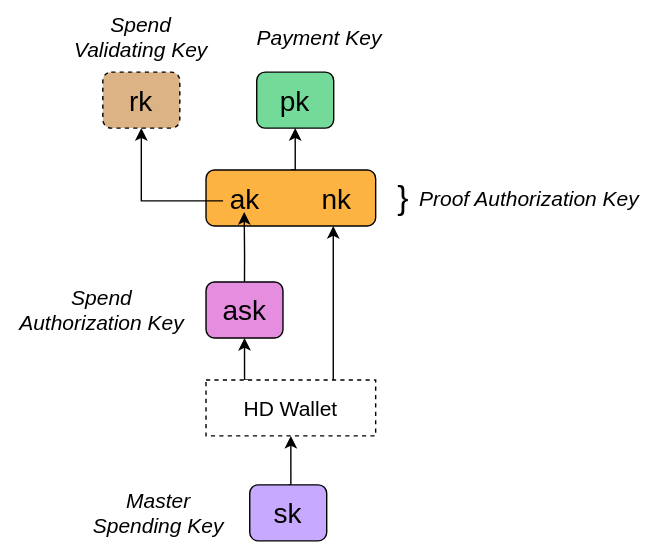
Above: book/src/assets/tachyon_keys.svg in alxiong/tachyon (draw.io), before the change. Source tidied: cells renumbered, new cells last; positions are measured from the earlier drawing's top-left corner, leaving out a move shared by most shapes.
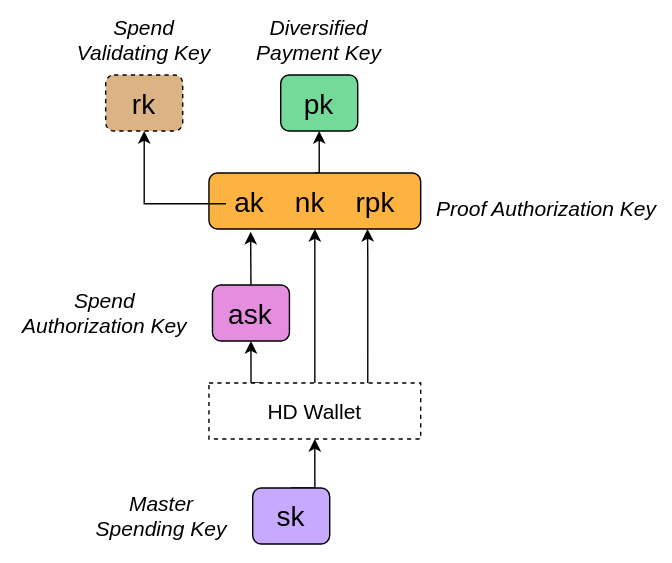
After the commit.

Change to the diagram source:
```diff
@@ -3,60 +3,66 @@
     <mxCell id="0" />
     <mxCell id="1" parent="0" />
     <mxCell id="2" value="&lt;pre&gt;&lt;font face=&quot;Helvetica&quot; style=&quot;font-size: 20px;&quot;&gt;pk&lt;/font&gt;&lt;/pre&gt;" style="rounded=1;whiteSpace=wrap;html=1;fillColor=light-dark(#74DA9A,#6F4881);fontColor=light-dark(#000000,#000000);strokeColor=light-dark(#000000,#000000);" parent="1" vertex="1">
-      <mxGeometry x="175" y="40" width="55" height="40" as="geometry" />
+      <mxGeometry x="190" y="40" width="55" height="40" as="geometry" />
     </mxCell>
-    <mxCell id="3" value="&lt;font style=&quot;font-size: 15px;&quot; face=&quot;Helvetica&quot;&gt;&lt;i style=&quot;&quot;&gt;Payment Key&lt;/i&gt;&lt;/font&gt;" style="text;html=1;whiteSpace=wrap;strokeColor=none;fillColor=none;align=center;verticalAlign=middle;rounded=0;fontColor=light-dark(#000000,#000000);" parent="1" vertex="1">
-      <mxGeometry x="170" width="100" height="30" as="geometry" />
+    <mxCell id="3" value="&lt;font style=&quot;font-size: 15px;&quot; face=&quot;Helvetica&quot;&gt;&lt;i style=&quot;&quot;&gt;Diversified Payment Key&lt;/i&gt;&lt;/font&gt;" style="text;html=1;whiteSpace=wrap;strokeColor=none;fillColor=none;align=center;verticalAlign=middle;rounded=0;fontColor=light-dark(#000000,#000000);" parent="1" vertex="1">
+      <mxGeometry x="153.1" width="128.8" height="30" as="geometry" />
     </mxCell>
     <mxCell id="4" style="edgeStyle=orthogonalEdgeStyle;rounded=0;jettySize=auto;html=1;exitX=0.5;exitY=0;exitDx=0;exitDy=0;entryX=0.5;entryY=1;entryDx=0;entryDy=0;fontColor=light-dark(#000000,#000000);strokeColor=light-dark(#000000,#000000);" parent="1" edge="1" source="5" target="2">
       <mxGeometry relative="1" as="geometry" />
     </mxCell>
-    <mxCell id="5" value="&lt;pre&gt;&lt;font face=&quot;Helvetica&quot; style=&quot;font-size: 20px;&quot;&gt;ak        nk&lt;/font&gt;&lt;/pre&gt;" style="rounded=1;whiteSpace=wrap;html=1;fillColor=light-dark(#FDB341,#244ABD);fontColor=light-dark(#000000,#000000);strokeColor=light-dark(#000000,#000000);shadow=0;" parent="1" vertex="1">
-      <mxGeometry x="138.8" y="110" width="121.2" height="40" as="geometry" />
+    <mxCell id="5" value="&lt;pre&gt;&lt;font face=&quot;Helvetica&quot; style=&quot;font-size: 20px;&quot;&gt;ak    nk    rpk&lt;/font&gt;&lt;/pre&gt;" style="rounded=1;whiteSpace=wrap;html=1;fillColor=light-dark(#FDB341,#244ABD);fontColor=light-dark(#000000,#000000);strokeColor=light-dark(#000000,#000000);shadow=0;" parent="1" vertex="1">
+      <mxGeometry x="138.8" y="110" width="151.2" height="40" as="geometry" />
     </mxCell>
     <mxCell id="6" value="&lt;font style=&quot;font-size: 15px;&quot; face=&quot;Helvetica&quot;&gt;&lt;i style=&quot;&quot;&gt;Proof Authorization Key&lt;/i&gt;&lt;/font&gt;" style="text;html=1;whiteSpace=wrap;strokeColor=none;fillColor=none;align=center;verticalAlign=middle;rounded=0;fontColor=light-dark(#000000,#000000);" parent="1" vertex="1">
-      <mxGeometry x="290" y="115" width="160" height="30" as="geometry" />
+      <mxGeometry x="299.8" y="120" width="160" height="30" as="geometry" />
     </mxCell>
     <mxCell id="7" value="&lt;pre&gt;&lt;font face=&quot;Helvetica&quot; style=&quot;font-size: 20px;&quot;&gt;ask&lt;/font&gt;&lt;/pre&gt;" style="rounded=1;whiteSpace=wrap;html=1;fillColor=light-dark(#E58DDF,#4A8365);fontColor=light-dark(#000000,#000000);strokeColor=light-dark(#000000,#000000);" parent="1" vertex="1">
-      <mxGeometry x="138.8" y="190" width="55" height="40" as="geometry" />
+      <mxGeometry x="141.2" y="190" width="55" height="40" as="geometry" />
     </mxCell>
     <mxCell id="8" value="&lt;font style=&quot;font-size: 15px;&quot; face=&quot;Helvetica&quot;&gt;&lt;i style=&quot;&quot;&gt;Spend &lt;br&gt;Authorization Key&lt;/i&gt;&lt;/font&gt;" style="text;html=1;whiteSpace=wrap;strokeColor=none;fillColor=none;align=center;verticalAlign=middle;rounded=0;fontColor=light-dark(#000000,#000000);" parent="1" vertex="1">
       <mxGeometry y="195" width="128.8" height="30" as="geometry" />
     </mxCell>
-    <mxCell id="9" value="&lt;font style=&quot;font-size: 24px;&quot;&gt;}&lt;/font&gt;" style="text;html=1;whiteSpace=wrap;strokeColor=none;fillColor=none;align=center;verticalAlign=middle;rounded=0;fontColor=light-dark(#000000,#000000);" parent="1" vertex="1">
-      <mxGeometry x="270" y="110" width="20" height="40" as="geometry" />
+    <mxCell id="9" style="edgeStyle=orthogonalEdgeStyle;rounded=0;jettySize=auto;html=1;exitX=0.5;exitY=0;exitDx=0;exitDy=0;entryX=0.5;entryY=1;entryDx=0;entryDy=0;fontColor=light-dark(#000000,#000000);strokeColor=light-dark(#000000,#000000);" parent="1" edge="1" source="10" target="14">
+      <mxGeometry relative="1" as="geometry" />
     </mxCell>
-    <mxCell id="10" style="edgeStyle=orthogonalEdgeStyle;rounded=0;jettySize=auto;html=1;exitX=0.5;exitY=0;exitDx=0;exitDy=0;entryX=0.5;entryY=1;entryDx=0;entryDy=0;fontColor=light-dark(#000000,#000000);strokeColor=light-dark(#000000,#000000);" parent="1" edge="1" source="11" target="15">
-      <mxGeometry relative="1" as="geometry" />
+    <mxCell id="10" value="&lt;pre&gt;&lt;font face=&quot;Helvetica&quot; style=&quot;font-size: 20px;&quot;&gt;sk&lt;/font&gt;&lt;/pre&gt;" style="rounded=1;whiteSpace=wrap;html=1;fillColor=light-dark(#C7AAFF,#2A3E35);fontColor=light-dark(#000000,#000000);strokeColor=light-dark(#000000,#000000);" parent="1" vertex="1">
+      <mxGeometry x="170" y="335" width="55" height="40" as="geometry" />
     </mxCell>
-    <mxCell id="11" value="&lt;pre&gt;&lt;font face=&quot;Helvetica&quot; style=&quot;font-size: 20px;&quot;&gt;sk&lt;/font&gt;&lt;/pre&gt;" style="rounded=1;whiteSpace=wrap;html=1;fillColor=light-dark(#C7AAFF,#2A3E35);fontColor=light-dark(#000000,#000000);strokeColor=light-dark(#000000,#000000);" parent="1" vertex="1">
-      <mxGeometry x="170" y="335" width="55" height="40" as="geometry" />
+    <mxCell id="11" value="&lt;font style=&quot;font-size: 15px;&quot; face=&quot;Helvetica&quot;&gt;&lt;i style=&quot;&quot;&gt;Master&lt;br&gt;Spending Key&lt;/i&gt;&lt;/font&gt;" style="text;html=1;whiteSpace=wrap;strokeColor=none;fillColor=none;align=center;verticalAlign=middle;rounded=0;fontColor=light-dark(#000000,#000000);" parent="1" vertex="1">
+      <mxGeometry x="50" y="340" width="109.8" height="30" as="geometry" />
     </mxCell>
-    <mxCell id="12" value="&lt;font style=&quot;font-size: 15px;&quot; face=&quot;Helvetica&quot;&gt;&lt;i style=&quot;&quot;&gt;Master&lt;br&gt;Spending Key&lt;/i&gt;&lt;/font&gt;" style="text;html=1;whiteSpace=wrap;strokeColor=none;fillColor=none;align=center;verticalAlign=middle;rounded=0;fontColor=light-dark(#000000,#000000);" parent="1" vertex="1">
-      <mxGeometry x="50" y="340" width="109.8" height="30" as="geometry" />
+    <mxCell id="12" style="edgeStyle=orthogonalEdgeStyle;rounded=0;jettySize=auto;html=1;exitX=0.25;exitY=0;exitDx=0;exitDy=0;entryX=0.5;entryY=1;entryDx=0;entryDy=0;fontColor=light-dark(#000000,#000000);strokeColor=light-dark(#000000,#000000);" parent="1" edge="1" source="14" target="7">
+      <mxGeometry relative="1" as="geometry" />
     </mxCell>
-    <mxCell id="13" style="edgeStyle=orthogonalEdgeStyle;rounded=0;jettySize=auto;html=1;exitX=0.25;exitY=0;exitDx=0;exitDy=0;entryX=0.5;entryY=1;entryDx=0;entryDy=0;fontColor=light-dark(#000000,#000000);strokeColor=light-dark(#000000,#000000);" parent="1" edge="1" source="15" target="7">
+    <mxCell id="13" style="edgeStyle=orthogonalEdgeStyle;rounded=0;jettySize=auto;html=1;exitX=0.5;exitY=0;exitDx=0;exitDy=0;fontColor=light-dark(#000000,#000000);strokeColor=light-dark(#000000,#000000);entryX=0.5;entryY=1;entryDx=0;entryDy=0;" parent="1" edge="1" source="14" target="5">
       <mxGeometry relative="1" as="geometry" />
     </mxCell>
-    <mxCell id="14" style="edgeStyle=orthogonalEdgeStyle;rounded=0;jettySize=auto;html=1;exitX=0.75;exitY=0;exitDx=0;exitDy=0;entryX=0.75;entryY=1;entryDx=0;entryDy=0;fontColor=light-dark(#000000,#000000);strokeColor=light-dark(#000000,#000000);" parent="1" edge="1" source="15" target="5">
-      <mxGeometry relative="1" as="geometry" />
+    <mxCell id="14" value="&lt;font style=&quot;font-size: 15px;&quot;&gt;HD Wallet&lt;/font&gt;" style="rounded=0;whiteSpace=wrap;html=1;dashed=1;fontColor=light-dark(#000000,#000000);strokeColor=light-dark(#000000,#000000);" parent="1" vertex="1">
+      <mxGeometry x="138.8" y="260" width="151.2" height="40" as="geometry" />
     </mxCell>
-    <mxCell id="15" value="&lt;font style=&quot;font-size: 15px;&quot;&gt;HD Wallet&lt;/font&gt;" style="rounded=0;whiteSpace=wrap;html=1;dashed=1;fontColor=light-dark(#000000,#000000);strokeColor=light-dark(#000000,#000000);" parent="1" vertex="1">
-      <mxGeometry x="138.8" y="260" width="121.2" height="40" as="geometry" />
+    <mxCell id="15" style="edgeStyle=orthogonalEdgeStyle;rounded=0;jettySize=auto;html=1;exitX=0.5;exitY=0;exitDx=0;exitDy=0;fontColor=light-dark(#000000,#000000);strokeColor=light-dark(#000000,#000000);entryX=0.197;entryY=1.05;entryDx=0;entryDy=0;entryPerimeter=0;" parent="1" edge="1" source="7" target="5">
+      <mxGeometry relative="1" as="geometry" />
     </mxCell>
-    <mxCell id="16" style="edgeStyle=orthogonalEdgeStyle;rounded=0;jettySize=auto;html=1;exitX=0.5;exitY=0;exitDx=0;exitDy=0;entryX=0.225;entryY=0.75;entryDx=0;entryDy=0;entryPerimeter=0;fontColor=light-dark(#000000,#000000);strokeColor=light-dark(#000000,#000000);" parent="1" edge="1" source="7" target="5">
-      <mxGeometry relative="1" as="geometry" />
+    <mxCell id="16" value="&lt;pre&gt;&lt;font face=&quot;Helvetica&quot; style=&quot;font-size: 20px;&quot;&gt;rk&lt;/font&gt;&lt;/pre&gt;" style="rounded=1;whiteSpace=wrap;html=1;fillColor=light-dark(#DBB385,#20578F);dashed=1;fontColor=light-dark(#000000,#000000);strokeColor=light-dark(#000000,#000000);" parent="1" vertex="1">
+      <mxGeometry x="65" y="40" width="55" height="40" as="geometry" />
     </mxCell>
-    <mxCell id="17" value="&lt;pre&gt;&lt;font face=&quot;Helvetica&quot; style=&quot;font-size: 20px;&quot;&gt;rk&lt;/font&gt;&lt;/pre&gt;" style="rounded=1;whiteSpace=wrap;html=1;fillColor=light-dark(#DBB385,#20578F);dashed=1;fontColor=light-dark(#000000,#000000);strokeColor=light-dark(#000000,#000000);" parent="1" vertex="1">
-      <mxGeometry x="65" y="40" width="55" height="40" as="geometry" />
+    <mxCell id="17" style="edgeStyle=orthogonalEdgeStyle;rounded=0;jettySize=auto;html=1;exitX=0.175;exitY=0.5;exitDx=0;exitDy=0;entryX=0.5;entryY=1;entryDx=0;entryDy=0;exitPerimeter=0;fontColor=light-dark(#000000,#000000);strokeColor=light-dark(#000000,#000000);" parent="1" edge="1" target="16">
+      <mxGeometry relative="1" as="geometry">
+        <mxPoint x="151" y="132" as="sourcePoint" />
+      </mxGeometry>
     </mxCell>
-    <mxCell id="18" style="edgeStyle=orthogonalEdgeStyle;rounded=0;jettySize=auto;html=1;exitX=0.175;exitY=0.5;exitDx=0;exitDy=0;entryX=0.5;entryY=1;entryDx=0;entryDy=0;exitPerimeter=0;fontColor=light-dark(#000000,#000000);strokeColor=light-dark(#000000,#000000);" parent="1" edge="1" target="17">
-      <mxGeometry relative="1" as="geometry">
-        <mxPoint x="151" y="132" as="sourcePoint" />
-      </mxGeometry>
+    <mxCell id="18" value="&lt;font style=&quot;font-size: 15px;&quot; face=&quot;Helvetica&quot;&gt;&lt;i style=&quot;&quot;&gt;Spend &lt;br&gt;Validating Key&lt;/i&gt;&lt;/font&gt;" style="text;html=1;whiteSpace=wrap;strokeColor=none;fillColor=none;align=center;verticalAlign=middle;rounded=0;fontColor=light-dark(#000000,#000000);" parent="1" vertex="1">
+      <mxGeometry x="37.2" width="110.5" height="30" as="geometry" />
     </mxCell>
-    <mxCell id="19" value="&lt;font style=&quot;font-size: 15px;&quot; face=&quot;Helvetica&quot;&gt;&lt;i style=&quot;&quot;&gt;Spend &lt;br&gt;Validating Key&lt;/i&gt;&lt;/font&gt;" style="text;html=1;whiteSpace=wrap;strokeColor=none;fillColor=none;align=center;verticalAlign=middle;rounded=0;fontColor=light-dark(#000000,#000000);" parent="1" vertex="1">
-      <mxGeometry x="37.2" width="110.5" height="30" as="geometry" />
+    <mxCell id="19" style="edgeStyle=orthogonalEdgeStyle;rounded=0;jettySize=auto;html=1;exitX=0.75;exitY=0;exitDx=0;exitDy=0;" parent="1" edge="1" source="14">
+      <mxGeometry relative="1" as="geometry">
+        <mxPoint x="252" y="150" as="targetPoint" />
+        <Array as="points">
+          <mxPoint x="252" y="170" />
+          <mxPoint x="252" y="170" />
+        </Array>
+      </mxGeometry>
     </mxCell>
   </root>
 </mxGraphModel>
```
